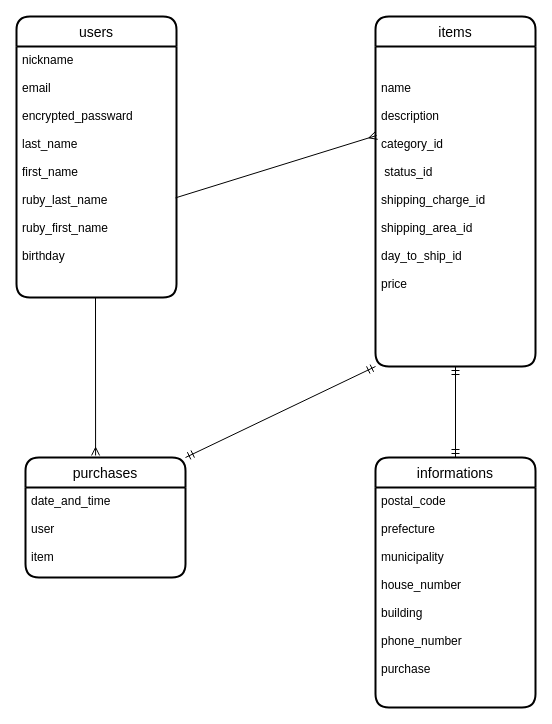
Earlier version of the draw.io diagram furima.dio (jo070419/furima-35864). Source tidied: cells renumbered, new cells numbered last; positions are measured from the earlier drawing's top-left corner, leaving out a move shared by most shapes. Both pictures are drawn from the tidied source at 100%, with x=0, y=0 at pixel (16, 16).
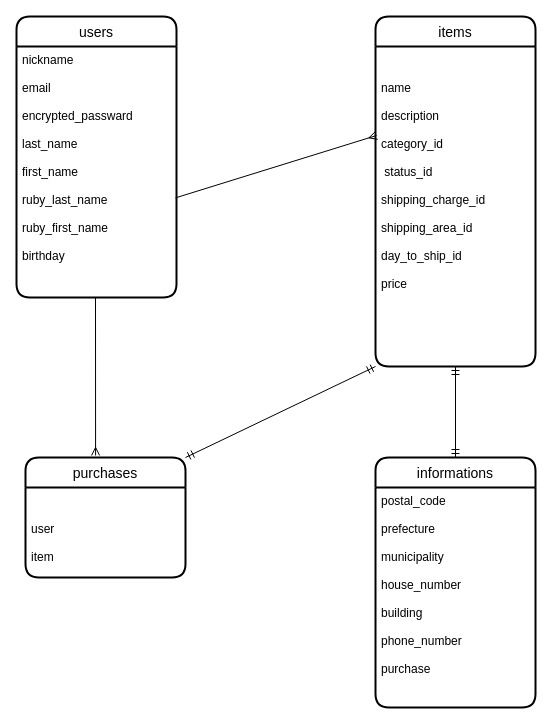
After the change.

Diff of the diagram source:
```diff
@@
 <mxGraphModel>
   <root>
     <mxCell id="0" />
     <mxCell id="1" parent="0" />
     <mxCell id="2" value="users" style="swimlane;horizontal=1;startSize=30;rounded=1;fontSize=14;fontStyle=0;strokeWidth=2;shadow=0;dashed=0;align=center;" parent="1" vertex="1">
       <mxGeometry width="160" height="281" as="geometry" />
     </mxCell>
     <mxCell id="3" value="nickname&#10;&#10;email&#10;&#10;encrypted_passward&#10;&#10;last_name&#10;&#10;first_name&#10;&#10;ruby_last_name&#10;&#10;ruby_first_name&#10;&#10;birthday&#10;&#10;&#10;" style="align=left;strokeColor=none;fillColor=none;spacingLeft=4;fontSize=12;verticalAlign=top;" parent="2" vertex="1">
       <mxGeometry y="30" width="160" height="251" as="geometry" />
     </mxCell>
     <mxCell id="4" value="items" style="swimlane;horizontal=1;startSize=30;rounded=1;fontSize=14;fontStyle=0;strokeWidth=2;shadow=0;dashed=0;align=center;" parent="1" vertex="1">
       <mxGeometry x="359" width="160" height="350" as="geometry" />
     </mxCell>
     <mxCell id="5" value="&#10;&#10;name&#10;&#10;description&#10;&#10;category_id&#10;&#10; status_id&#10;&#10;shipping_charge_id&#10;&#10;shipping_area_id&#10;&#10;day_to_ship_id&#10;&#10;price" style="align=left;strokeColor=none;fillColor=none;spacingLeft=4;fontSize=12;verticalAlign=top;" parent="4" vertex="1">
       <mxGeometry y="30" width="160" height="320" as="geometry" />
     </mxCell>
     <mxCell id="6" value="purchases" style="swimlane;horizontal=1;startSize=30;rounded=1;fontSize=14;fontStyle=0;strokeWidth=2;shadow=0;dashed=0;align=center;" parent="1" vertex="1">
       <mxGeometry x="9" y="441" width="160" height="120" as="geometry" />
     </mxCell>
-    <mxCell id="7" value="date_and_time&#10;&#10;user&#10;&#10;item&#10;" style="align=left;strokeColor=none;fillColor=none;spacingLeft=4;fontSize=12;verticalAlign=top;" parent="6" vertex="1">
+    <mxCell id="7" value="&#10;&#10;user&#10;&#10;item&#10;" style="align=left;strokeColor=none;fillColor=none;spacingLeft=4;fontSize=12;verticalAlign=top;" parent="6" vertex="1">
       <mxGeometry y="30" width="160" height="90" as="geometry" />
     </mxCell>
     <mxCell id="8" value="informations" style="swimlane;horizontal=1;startSize=30;rounded=1;fontSize=14;fontStyle=0;strokeWidth=2;shadow=0;dashed=0;align=center;" parent="1" vertex="1">
       <mxGeometry x="359" y="441" width="160" height="250" as="geometry" />
     </mxCell>
     <mxCell id="9" value="postal_code&#10;&#10;prefecture&#10;&#10;municipality&#10;&#10;house_number&#10;&#10;building&#10;&#10;phone_number&#10;&#10;purchase" style="align=left;strokeColor=none;fillColor=none;spacingLeft=4;fontSize=12;verticalAlign=top;" parent="8" vertex="1">
       <mxGeometry y="30" width="160" height="220" as="geometry" />
     </mxCell>
     <mxCell id="10" style="fontSize=12;html=1;endArrow=ERmany;exitX=0.994;exitY=0.603;exitDx=0;exitDy=0;exitPerimeter=0;" parent="1" edge="1" source="3">
       <mxGeometry relative="1" as="geometry">
         <mxPoint x="360" y="119" as="targetPoint" />
       </mxGeometry>
     </mxCell>
     <mxCell id="11" style="fontSize=12;html=1;endArrow=ERmandOne;startArrow=ERmandOne;entryX=0.5;entryY=1;entryDx=0;entryDy=0;exitX=0.5;exitY=0;exitDx=0;exitDy=0;" parent="1" edge="1" source="8" target="5">
       <mxGeometry relative="1" as="geometry" />
     </mxCell>
     <mxCell id="12" style="fontSize=12;html=1;endArrow=ERmandOne;startArrow=ERmandOne;entryX=0;entryY=1;entryDx=0;entryDy=0;" parent="1" edge="1" target="5">
       <mxGeometry relative="1" as="geometry">
         <mxPoint x="169" y="441" as="sourcePoint" />
       </mxGeometry>
     </mxCell>
     <mxCell id="13" style="fontSize=12;html=1;endArrow=ERmany;entryX=0.438;entryY=-0.017;entryDx=0;entryDy=0;entryPerimeter=0;" parent="1" edge="1" target="6">
       <mxGeometry relative="1" as="geometry">
         <mxPoint x="79" y="281" as="sourcePoint" />
       </mxGeometry>
     </mxCell>
   </root>
 </mxGraphModel>
```
